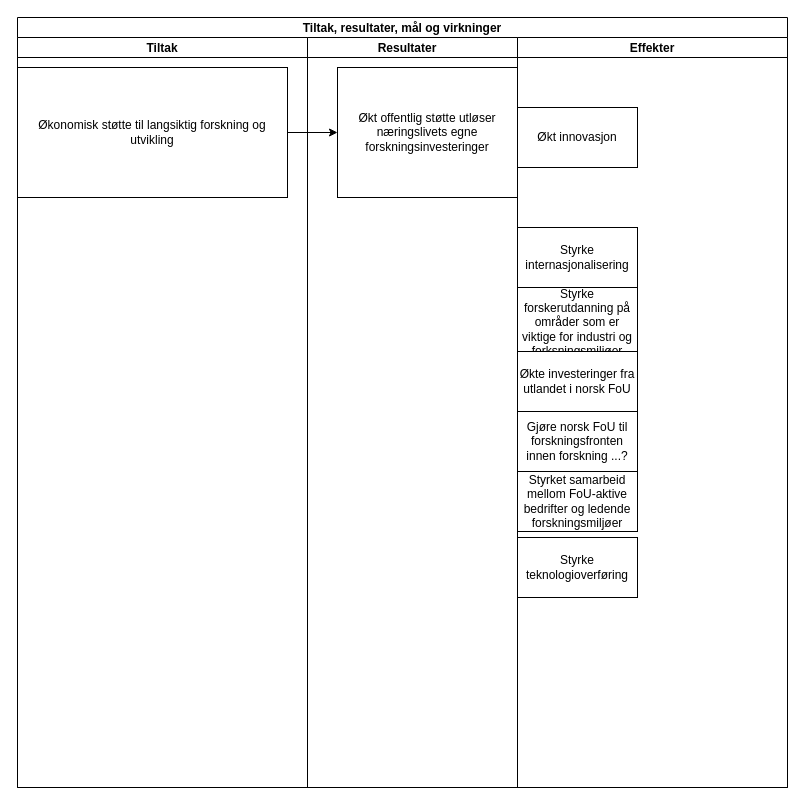
This is SFI_effektdiagram.drawio from gardenberg/drawio_tegninger, a draw.io file, before an edit. Source tidied: cells renumbered, new cells numbered last; positions are measured from the earlier drawing's top-left corner, leaving out a move shared by most shapes. Both pictures are drawn from the tidied source at 100%, with x=0, y=0 at pixel (17, 17).
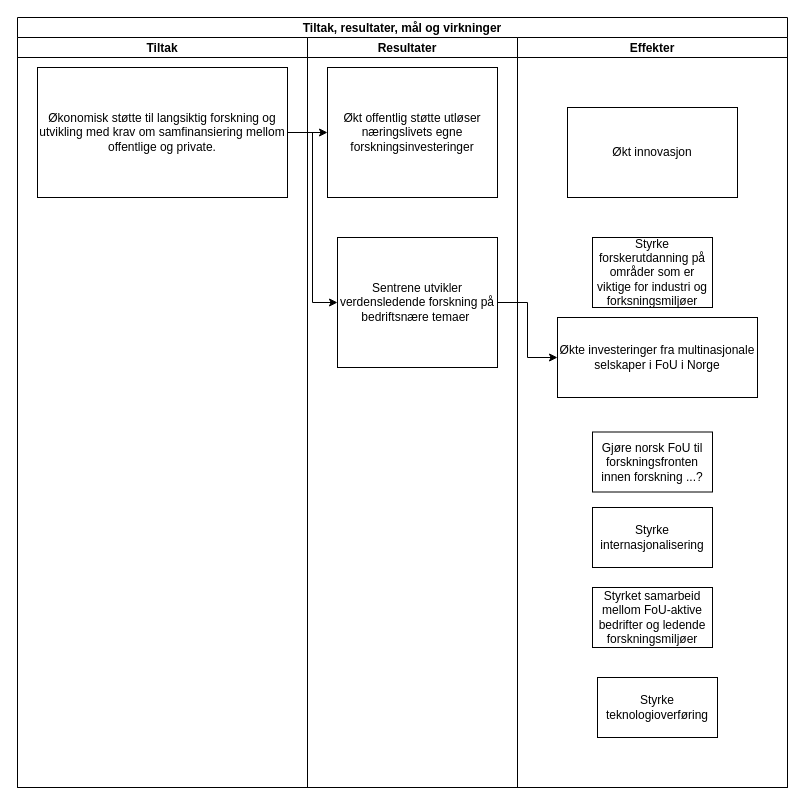
The same page after the edit.

The edit, as a diff of the source:
```diff
@@
 <mxGraphModel>
   <root>
     <mxCell id="0" />
     <mxCell id="1" parent="0" />
     <mxCell id="2" value="Tiltak, resultater, mål og virkninger" style="swimlane;startSize=20;" parent="1" vertex="1">
       <mxGeometry width="770" height="770" as="geometry" />
     </mxCell>
     <mxCell id="3" value="Tiltak" style="swimlane;startSize=20;" parent="2" vertex="1">
       <mxGeometry y="20" width="290" height="750" as="geometry" />
     </mxCell>
-    <mxCell id="4" value="Økonomisk støtte til langsiktig forskning og utvikling" style="whiteSpace=wrap;html=1;" parent="3" vertex="1">
-      <mxGeometry y="30" width="270" height="130" as="geometry" />
+    <mxCell id="4" value="Økonomisk støtte til langsiktig forskning og utvikling med krav om samfinansiering mellom offentlige og private." style="whiteSpace=wrap;html=1;" parent="3" vertex="1">
+      <mxGeometry x="20" y="30" width="250" height="130" as="geometry" />
     </mxCell>
     <mxCell id="5" value="Resultater   " style="swimlane;startSize=20;" parent="2" vertex="1">
       <mxGeometry x="290" y="20" width="210" height="750" as="geometry" />
     </mxCell>
     <mxCell id="6" value="Økt offentlig støtte utløser næringslivets egne forskningsinvesteringer" style="whiteSpace=wrap;html=1;" parent="5" vertex="1">
-      <mxGeometry x="30" y="30" width="180" height="130" as="geometry" />
+      <mxGeometry x="20" y="30" width="170" height="130" as="geometry" />
     </mxCell>
+    <mxCell id="15" style="edgeStyle=orthogonalEdgeStyle;rounded=0;jettySize=auto;html=1;" parent="2" edge="1" source="4" target="6">
+      <mxGeometry relative="1" as="geometry" />
+    </mxCell>
     <mxCell id="7" value="Effekter" style="swimlane;startSize=20;" parent="2" vertex="1">
       <mxGeometry x="500" y="20" width="270" height="750" as="geometry" />
     </mxCell>
     <mxCell id="8" value="Styrke internasjonalisering" style="whiteSpace=wrap;html=1;" parent="7" vertex="1">
-      <mxGeometry y="190" width="120" height="60" as="geometry" />
+      <mxGeometry x="75" y="470" width="120" height="60" as="geometry" />
     </mxCell>
     <mxCell id="9" value="Styrke forskerutdanning på områder som er viktige for industri og forksningsmiljøer" style="whiteSpace=wrap;html=1;" parent="7" vertex="1">
-      <mxGeometry y="250" width="120" height="70" as="geometry" />
+      <mxGeometry x="75" y="200" width="120" height="70" as="geometry" />
     </mxCell>
     <mxCell id="10" value="Økt innovasjon" style="whiteSpace=wrap;html=1;" parent="7" vertex="1">
-      <mxGeometry y="70" width="120" height="60" as="geometry" />
+      <mxGeometry x="50" y="70" width="170" height="90" as="geometry" />
     </mxCell>
-    <mxCell id="11" value="Økte investeringer fra utlandet i norsk FoU" style="whiteSpace=wrap;html=1;" parent="7" vertex="1">
-      <mxGeometry y="314" width="120" height="60" as="geometry" />
+    <mxCell id="11" value="Økte investeringer fra multinasjonale selskaper i FoU i Norge" style="whiteSpace=wrap;html=1;" parent="7" vertex="1">
+      <mxGeometry x="40" y="280" width="200" height="80" as="geometry" />
     </mxCell>
     <mxCell id="12" value="Gjøre norsk FoU til forskningsfronten innen forskning ...?" style="whiteSpace=wrap;html=1;" parent="7" vertex="1">
-      <mxGeometry y="374" width="120" height="60" as="geometry" />
+      <mxGeometry x="75" y="394.5" width="120" height="60" as="geometry" />
     </mxCell>
     <mxCell id="13" value="Styrket samarbeid mellom FoU-aktive bedrifter og ledende forskningsmiljøer" style="whiteSpace=wrap;html=1;" parent="7" vertex="1">
-      <mxGeometry y="434" width="120" height="60" as="geometry" />
+      <mxGeometry x="75" y="550" width="120" height="60" as="geometry" />
     </mxCell>
     <mxCell id="14" value="Styrke teknologioverføring" style="whiteSpace=wrap;html=1;" parent="7" vertex="1">
-      <mxGeometry y="500" width="120" height="60" as="geometry" />
+      <mxGeometry x="80" y="640" width="120" height="60" as="geometry" />
     </mxCell>
-    <mxCell id="15" style="edgeStyle=orthogonalEdgeStyle;rounded=0;jettySize=auto;html=1;" parent="2" edge="1" source="4" target="6">
-      <mxGeometry relative="1" as="geometry" />
-    </mxCell>
+    <mxCell id="16" style="edgeStyle=orthogonalEdgeStyle;rounded=0;jettySize=auto;html=1;" parent="1" edge="1" source="17" target="11">
+      <mxGeometry relative="1" as="geometry" />
+    </mxCell>
+    <mxCell id="17" value="Sentrene utvikler verdensledende forskning på bedriftsnære temaer&amp;nbsp;" style="whiteSpace=wrap;html=1;" parent="1" vertex="1">
+      <mxGeometry x="320" y="220" width="160" height="130" as="geometry" />
+    </mxCell>
+    <mxCell id="18" style="edgeStyle=orthogonalEdgeStyle;rounded=0;jettySize=auto;html=1;entryX=0;entryY=0.5;entryDx=0;entryDy=0;" parent="1" edge="1" source="4" target="17">
+      <mxGeometry relative="1" as="geometry" />
+    </mxCell>
   </root>
 </mxGraphModel>
```
